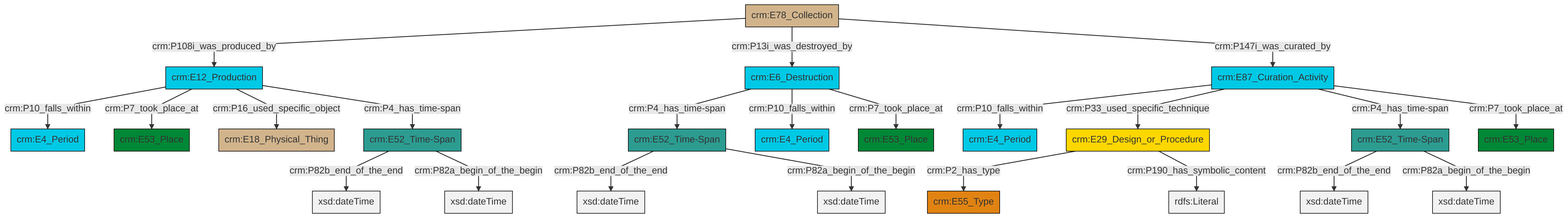
Before: et/archivalCSV/ttl/mmd/png/archival_existence.png, a diagram exported from Mermaid (swiss-art-research-net/docs.swissartresearch). Its source is kept beside it as et/archivalCSV/ttl/mmd/archival_existence.ttl.mmd.
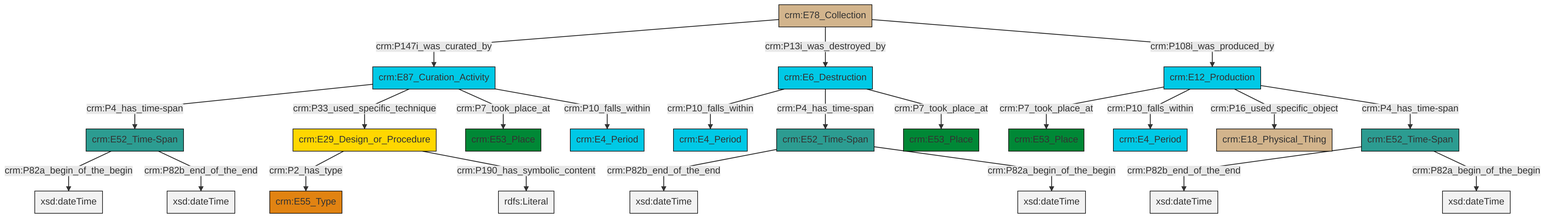
Above is the later version.

What changed in the source:
```diff
@@ -13,25 +13,25 @@
 classDef PC_Classes fill:#4ce600, stroke:#000000;
 classDef Multi fill:#cccccc,stroke:#000000;
 
-0["crm:E6_Destruction"]:::Temporal_Entity -->|crm:P4_has_time-span| 1["crm:E52_Time-Span"]:::Time-Span
-8["crm:E29_Design_or_Procedure"]:::Conceptual_Object -->|crm:P2_has_type| 9["crm:E55_Type"]:::Type
-1["crm:E52_Time-Span"]:::Time-Span -->|crm:P82b_end_of_the_end| 10[xsd:dateTime]:::Literal
-1["crm:E52_Time-Span"]:::Time-Span -->|crm:P82a_begin_of_the_begin| 13[xsd:dateTime]:::Literal
-18["crm:E52_Time-Span"]:::Time-Span -->|crm:P82b_end_of_the_end| 19[xsd:dateTime]:::Literal
-14["crm:E52_Time-Span"]:::Time-Span -->|crm:P82b_end_of_the_end| 23[xsd:dateTime]:::Literal
-18["crm:E52_Time-Span"]:::Time-Span -->|crm:P82a_begin_of_the_begin| 24[xsd:dateTime]:::Literal
-25["crm:E78_Collection"]:::Physical_Thing -->|crm:P108i_was_produced_by| 26["crm:E12_Production"]:::Temporal_Entity
-26["crm:E12_Production"]:::Temporal_Entity -->|crm:P10_falls_within| 27["crm:E4_Period"]:::Temporal_Entity
-11["crm:E87_Curation_Activity"]:::Temporal_Entity -->|crm:P10_falls_within| 4["crm:E4_Period"]:::Temporal_Entity
-11["crm:E87_Curation_Activity"]:::Temporal_Entity -->|crm:P33_used_specific_technique| 8["crm:E29_Design_or_Procedure"]:::Conceptual_Object
-26["crm:E12_Production"]:::Temporal_Entity -->|crm:P7_took_place_at| 16["crm:E53_Place"]:::Place
-26["crm:E12_Production"]:::Temporal_Entity -->|crm:P16_used_specific_object| 2["crm:E18_Physical_Thing"]:::Physical_Thing
-11["crm:E87_Curation_Activity"]:::Temporal_Entity -->|crm:P4_has_time-span| 18["crm:E52_Time-Span"]:::Time-Span
-26["crm:E12_Production"]:::Temporal_Entity -->|crm:P4_has_time-span| 14["crm:E52_Time-Span"]:::Time-Span
-25["crm:E78_Collection"]:::Physical_Thing -->|crm:P13i_was_destroyed_by| 0["crm:E6_Destruction"]:::Temporal_Entity
-14["crm:E52_Time-Span"]:::Time-Span -->|crm:P82a_begin_of_the_begin| 31[xsd:dateTime]:::Literal
-11["crm:E87_Curation_Activity"]:::Temporal_Entity -->|crm:P7_took_place_at| 6["crm:E53_Place"]:::Place
-8["crm:E29_Design_or_Procedure"]:::Conceptual_Object -->|crm:P190_has_symbolic_content| 32[rdfs:Literal]:::Literal
-0["crm:E6_Destruction"]:::Temporal_Entity -->|crm:P10_falls_within| 33["crm:E4_Period"]:::Temporal_Entity
-0["crm:E6_Destruction"]:::Temporal_Entity -->|crm:P7_took_place_at| 20["crm:E53_Place"]:::Place
-25["crm:E78_Collection"]:::Physical_Thing -->|crm:P147i_was_curated_by| 11["crm:E87_Curation_Activity"]:::Temporal_Entity
+0["crm:E12_Production"]:::Temporal_Entity -->|crm:P7_took_place_at| 1["crm:E53_Place"]:::Place
+2["crm:E29_Design_or_Procedure"]:::Conceptual_Object -->|crm:P2_has_type| 3["crm:E55_Type"]:::Type
+6["crm:E87_Curation_Activity"]:::Temporal_Entity -->|crm:P4_has_time-span| 7["crm:E52_Time-Span"]:::Time-Span
+14["crm:E6_Destruction"]:::Temporal_Entity -->|crm:P10_falls_within| 15["crm:E4_Period"]:::Temporal_Entity
+0["crm:E12_Production"]:::Temporal_Entity -->|crm:P10_falls_within| 17["crm:E4_Period"]:::Temporal_Entity
+14["crm:E6_Destruction"]:::Temporal_Entity -->|crm:P4_has_time-span| 18["crm:E52_Time-Span"]:::Time-Span
+10["crm:E78_Collection"]:::Physical_Thing -->|crm:P147i_was_curated_by| 6["crm:E87_Curation_Activity"]:::Temporal_Entity
+6["crm:E87_Curation_Activity"]:::Temporal_Entity -->|crm:P33_used_specific_technique| 2["crm:E29_Design_or_Procedure"]:::Conceptual_Object
+0["crm:E12_Production"]:::Temporal_Entity -->|crm:P16_used_specific_object| 4["crm:E18_Physical_Thing"]:::Physical_Thing
+18["crm:E52_Time-Span"]:::Time-Span -->|crm:P82b_end_of_the_end| 20[xsd:dateTime]:::Literal
+21["crm:E52_Time-Span"]:::Time-Span -->|crm:P82b_end_of_the_end| 22[xsd:dateTime]:::Literal
+21["crm:E52_Time-Span"]:::Time-Span -->|crm:P82a_begin_of_the_begin| 23[xsd:dateTime]:::Literal
+18["crm:E52_Time-Span"]:::Time-Span -->|crm:P82a_begin_of_the_begin| 29[xsd:dateTime]:::Literal
+10["crm:E78_Collection"]:::Physical_Thing -->|crm:P13i_was_destroyed_by| 14["crm:E6_Destruction"]:::Temporal_Entity
+6["crm:E87_Curation_Activity"]:::Temporal_Entity -->|crm:P7_took_place_at| 8["crm:E53_Place"]:::Place
+2["crm:E29_Design_or_Procedure"]:::Conceptual_Object -->|crm:P190_has_symbolic_content| 31[rdfs:Literal]:::Literal
+14["crm:E6_Destruction"]:::Temporal_Entity -->|crm:P7_took_place_at| 32["crm:E53_Place"]:::Place
+10["crm:E78_Collection"]:::Physical_Thing -->|crm:P108i_was_produced_by| 0["crm:E12_Production"]:::Temporal_Entity
+7["crm:E52_Time-Span"]:::Time-Span -->|crm:P82a_begin_of_the_begin| 35[xsd:dateTime]:::Literal
+0["crm:E12_Production"]:::Temporal_Entity -->|crm:P4_has_time-span| 21["crm:E52_Time-Span"]:::Time-Span
+6["crm:E87_Curation_Activity"]:::Temporal_Entity -->|crm:P10_falls_within| 12["crm:E4_Period"]:::Temporal_Entity
+7["crm:E52_Time-Span"]:::Time-Span -->|crm:P82b_end_of_the_end| 37[xsd:dateTime]:::Literal
```
